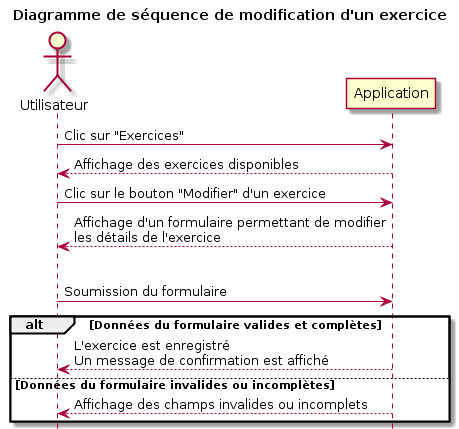
This is diagrams/images/ModificationExercice.png from SharafGabel/GYMTONIK, a PlantUML export, as it was before one commit.
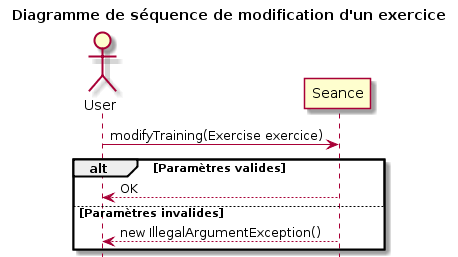
The same diagram one commit later.

Diff of the diagram source:
```diff
@@ -1,23 +1,15 @@
 @startuml
 hide footbox
-actor Utilisateur
+actor User
 
 title Diagramme de séquence de modification d'un exercice
 
-Utilisateur -> Application: Clic sur "Exercices"
-Utilisateur <-- Application: Affichage des exercices disponibles
+User -> Seance: modifyTraining(Exercise exercice)
 
-Utilisateur -> Application: Clic sur le bouton "Modifier" d'un exercice
-Utilisateur <-- Application: Affichage d'un formulaire permettant de modifier\nles détails de l'exercice
-|||
-Utilisateur -> Application: Soumission du formulaire
+alt Paramètres valides
+    User <-- Seance: OK
+else Paramètres invalides
+    User <-- Seance: new IllegalArgumentException()
+end
 
-alt Données du formulaire valides et complètes
-
-    Utilisateur <-- Application: L'exercice est enregistré\nUn message de confirmation est affiché
-
-else Données du formulaire invalides ou incomplètes
-
-    Utilisateur <-- Application: Affichage des champs invalides ou incomplets
-end
 @enduml
```
